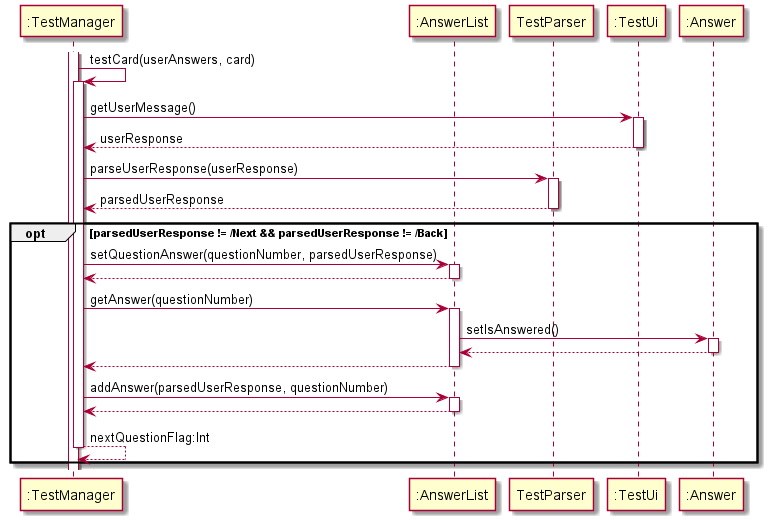
This is docs/assets/testCardSeqDiagram.png from xkisxk/tp, a PlantUML export, as it was before one commit.
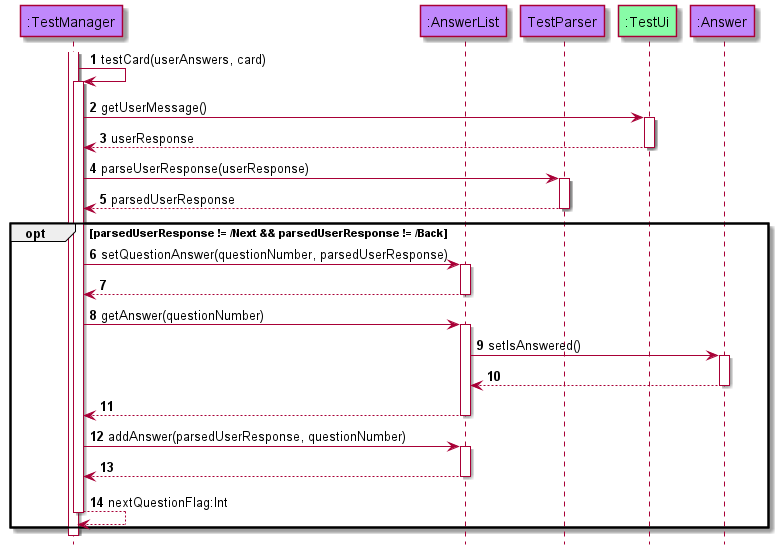
Above is the later version.

The edit, as a diff of the source:
```diff
@@ -1,9 +1,13 @@
 @startuml
-participant ":TestManager" as TestManager
-participant ":AnswerList" as AnswerList
-participant "TestParser" as TestParser
-participant ":TestUi" as TestUi
-participant ":Answer" as Answer
+!include style.puml
+autonumber
+hide footbox
+
+participant ":TestManager" as TestManager modelCOLOUR
+participant ":AnswerList" as AnswerList modelCOLOUR
+participant "TestParser" as TestParser modelCOLOUR
+participant ":TestUi" as TestUi uiCOLOUR
+participant ":Answer" as Answer modelCOLOUR
 
 activate TestManager
 TestManager -> TestManager : testCard(userAnswers, card)
```
